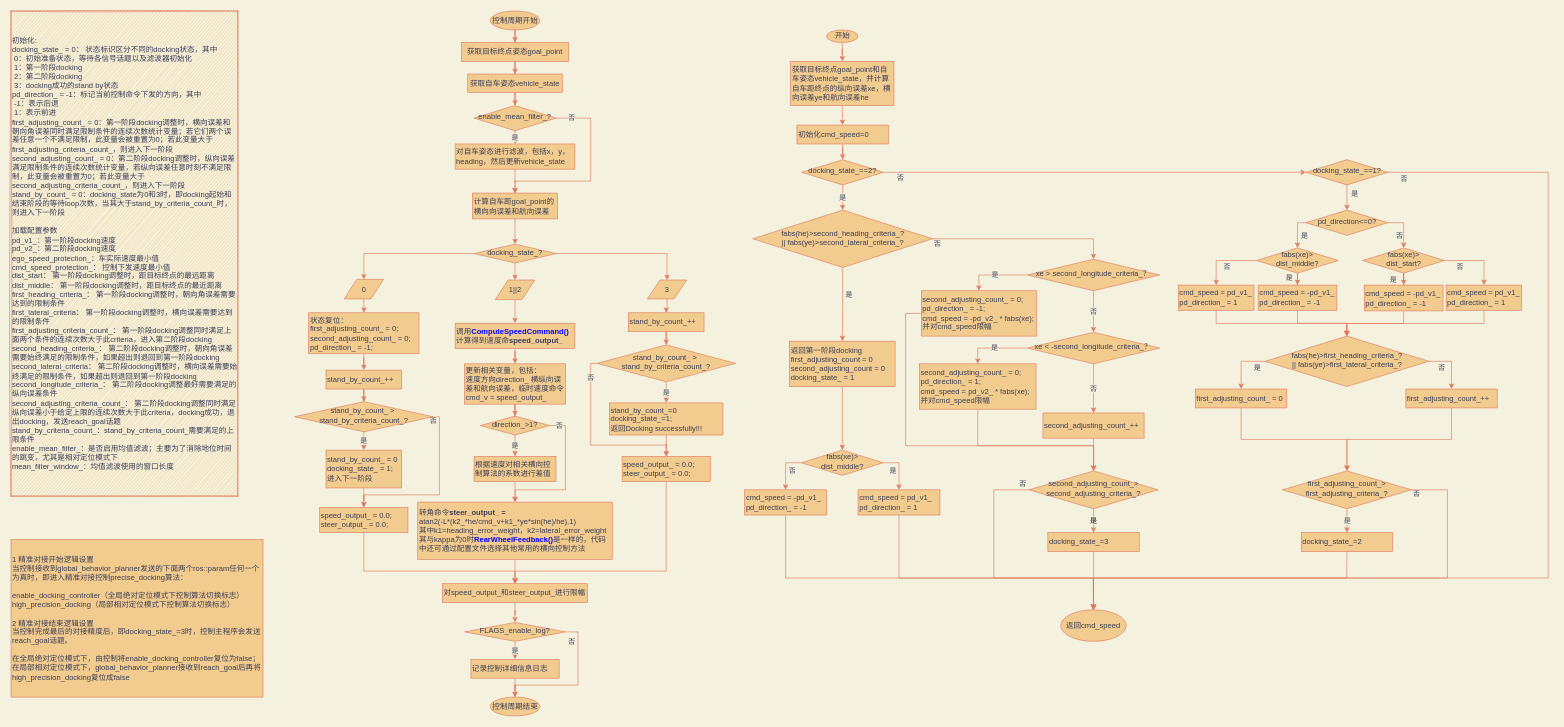
Earlier version of the draw.io diagram page "flowchart v1" (2 of 3) of precise_docking.drawio (Thousandsuny/Learning). Source tidied: cells renumbered, new cells numbered last; positions are measured from the earlier drawing's top-left corner, leaving out a move shared by most shapes. Both pictures are drawn from the tidied source at 63%, with x=0, y=0 at pixel (11, 11).
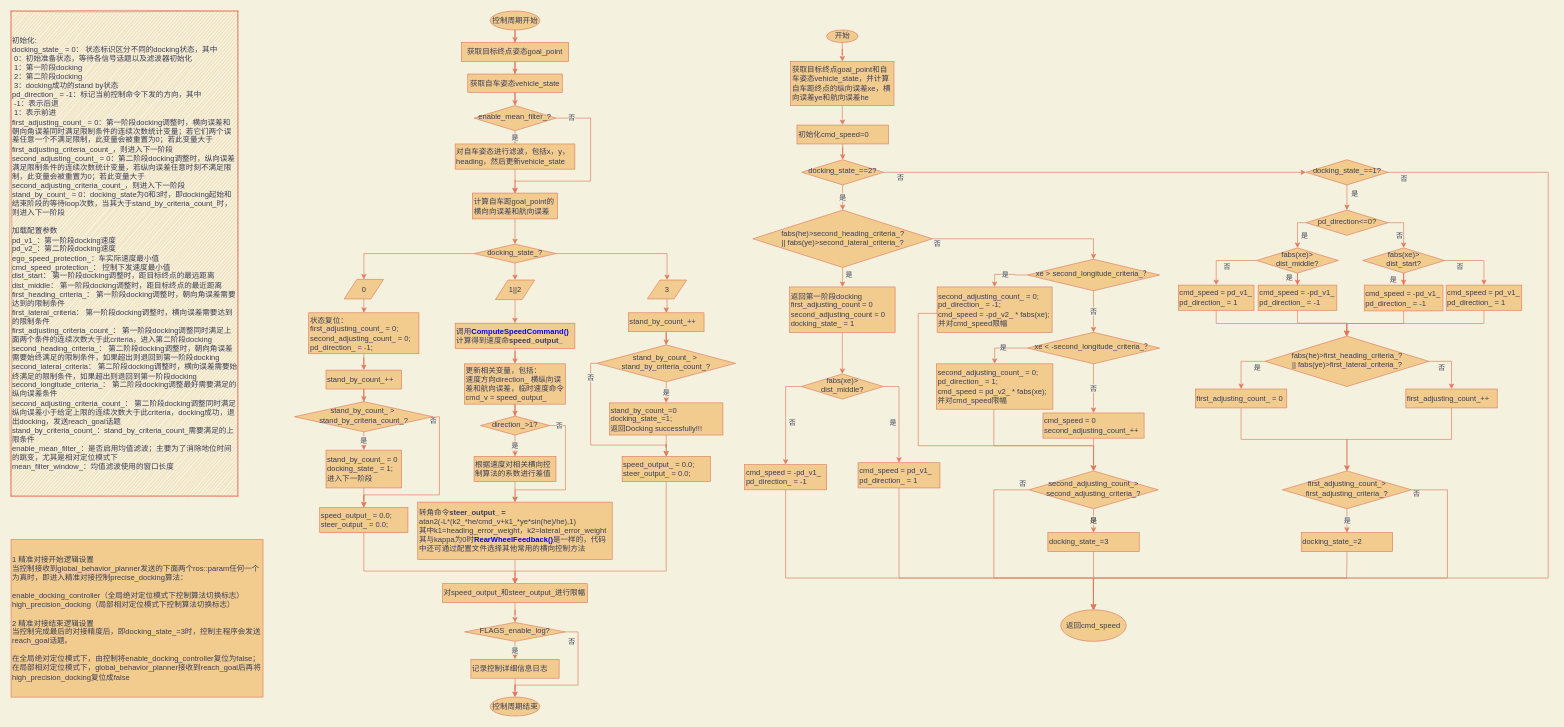
After the change.

The change refers to these unchanged cells:
```xml
<mxCell id="138" value="second_adjusting_count_&amp;gt;&lt;br&gt;second_adjusting_criteria_?" style="rhombus;whiteSpace=wrap;html=1;shadow=0;fontFamily=Helvetica;fontSize=12;align=center;strokeWidth=1;spacing=6;spacingTop=-4;fillColor=#F2CC8F;strokeColor=#E07A5F;fontColor=#393C56;rounded=0;" parent="1" vertex="1">
  <mxGeometry x="1615.8" y="730" width="205" height="60" as="geometry" />
</mxCell>
```

Change to the diagram source:
```diff
@@
     <mxCell id="114" value="返回第一阶段docking&lt;br&gt;first_adjusting_count = 0&lt;br&gt;second_adjusting_count = 0&lt;br&gt;docking_state_ = 1" style="rounded=0;whiteSpace=wrap;html=1;fontSize=12;glass=0;strokeWidth=1;shadow=0;align=left;fillColor=#F2CC8F;strokeColor=#E07A5F;fontColor=#393C56;" parent="1" vertex="1">
-      <mxGeometry x="1235.8" y="524" width="167.5" height="72" as="geometry" />
+      <mxGeometry x="1235.8" y="438" width="167.5" height="72" as="geometry" />
     </mxCell>
@@
     <mxCell id="117" value="fabs(xe)&amp;gt;&lt;br&gt;dist_middle?" style="rhombus;whiteSpace=wrap;html=1;shadow=0;fontFamily=Helvetica;fontSize=12;align=center;strokeWidth=1;spacing=6;spacingTop=-4;fillColor=#F2CC8F;strokeColor=#E07A5F;fontColor=#393C56;rounded=0;" parent="1" vertex="1">
-      <mxGeometry x="1254.5" y="697" width="130" height="40" as="geometry" />
+      <mxGeometry x="1254.5" y="576" width="130" height="40" as="geometry" />
     </mxCell>
@@
     <mxCell id="119" value="cmd_speed = -pd_v1_&lt;br&gt;pd_direction_ = -1" style="rounded=0;whiteSpace=wrap;html=1;fontSize=12;glass=0;strokeWidth=1;shadow=0;align=left;fillColor=#F2CC8F;strokeColor=#E07A5F;fontColor=#393C56;" parent="1" vertex="1">
-      <mxGeometry x="1164.5" y="760" width="130" height="40" as="geometry" />
+      <mxGeometry x="1164.5" y="720" width="130" height="40" as="geometry" />
     </mxCell>
@@
     <mxCell id="121" value="cmd_speed = pd_v1_&lt;br&gt;pd_direction_ = 1" style="rounded=0;whiteSpace=wrap;html=1;fontSize=12;glass=0;strokeWidth=1;shadow=0;align=left;fillColor=#F2CC8F;strokeColor=#E07A5F;fontColor=#393C56;" parent="1" vertex="1">
-      <mxGeometry x="1344.5" y="760" width="130" height="40" as="geometry" />
+      <mxGeometry x="1344.5" y="717" width="130" height="40" as="geometry" />
     </mxCell>
@@
     <mxCell id="129" style="edgeStyle=orthogonalEdgeStyle;rounded=0;jettySize=auto;html=1;entryX=0.5;entryY=0;entryDx=0;entryDy=0;strokeColor=#E07A5F;fontColor=#393C56;fillColor=#F2CC8F;exitX=0;exitY=0.5;exitDx=0;exitDy=0;labelBackgroundColor=#F4F1DE;" parent="1" edge="1" source="130" target="138">
       <mxGeometry relative="1" as="geometry">
         <Array as="points">
-          <mxPoint x="1420" y="480" />
-          <mxPoint x="1420" y="690" />
+          <mxPoint x="1470" y="480" />
+          <mxPoint x="1440" y="480" />
+          <mxPoint x="1440" y="690" />
           <mxPoint x="1718" y="690" />
         </Array>
       </mxGeometry>
     </mxCell>
     <mxCell id="130" value="&lt;div&gt;second_adjusting_count_ = 0;&lt;/div&gt;&lt;div&gt;pd_direction_ = -1;&lt;/div&gt;&lt;div&gt;cmd_speed = -pd_v2_ * fabs(xe);&lt;/div&gt;&lt;div&gt;并对cmd_speed限幅&lt;/div&gt;" style="rounded=0;whiteSpace=wrap;html=1;fontSize=12;glass=0;strokeWidth=1;shadow=0;align=left;fillColor=#F2CC8F;strokeColor=#E07A5F;fontColor=#393C56;" parent="1" vertex="1">
-      <mxGeometry x="1445" y="444" width="182.5" height="72" as="geometry" />
+      <mxGeometry x="1470" y="438" width="182.5" height="72" as="geometry" />
     </mxCell>
-    <mxCell id="131" style="edgeStyle=orthogonalEdgeStyle;rounded=0;jettySize=auto;html=1;strokeColor=#E07A5F;fontColor=#393C56;fillColor=#F2CC8F;entryX=0.5;entryY=0;entryDx=0;entryDy=0;labelBackgroundColor=#F4F1DE;" parent="1" edge="1" source="132" target="138">
+    <mxCell id="131" style="edgeStyle=orthogonalEdgeStyle;rounded=0;jettySize=auto;html=1;strokeColor=#E07A5F;fontColor=#393C56;fillColor=#F2CC8F;entryX=0.5;entryY=0;entryDx=0;entryDy=0;labelBackgroundColor=#F4F1DE;exitX=0.5;exitY=1;exitDx=0;exitDy=0;" parent="1" edge="1" source="132" target="138">
       <mxGeometry relative="1" as="geometry">
         <Array as="points">
-          <mxPoint x="1534" y="690" />
+          <mxPoint x="1560" y="632" />
+          <mxPoint x="1560" y="690" />
           <mxPoint x="1718" y="690" />
         </Array>
       </mxGeometry>
     </mxCell>
     <mxCell id="132" value="&lt;div&gt;second_adjusting_count_ = 0;&lt;/div&gt;&lt;div&gt;pd_direction_ = 1;&lt;/div&gt;&lt;div&gt;cmd_speed = pd_v2_ * fabs(xe);&lt;/div&gt;&lt;div&gt;并对cmd_speed限幅&lt;/div&gt;" style="rounded=0;whiteSpace=wrap;html=1;fontSize=12;glass=0;strokeWidth=1;shadow=0;align=left;fillColor=#F2CC8F;strokeColor=#E07A5F;fontColor=#393C56;" parent="1" vertex="1">
-      <mxGeometry x="1442" y="560" width="185" height="72" as="geometry" />
+      <mxGeometry x="1468.8" y="560" width="185" height="72" as="geometry" />
     </mxCell>
@@
-    <mxCell id="134" value="&lt;div&gt;second_adjusting_count_++&lt;/div&gt;" style="rounded=0;whiteSpace=wrap;html=1;fontSize=12;glass=0;strokeWidth=1;shadow=0;align=left;fillColor=#F2CC8F;strokeColor=#E07A5F;fontColor=#393C56;" parent="1" vertex="1">
+    <mxCell id="134" value="&lt;div&gt;cmd_speed = 0&lt;br&gt;&lt;/div&gt;&lt;div&gt;second_adjusting_count_++&lt;/div&gt;" style="rounded=0;whiteSpace=wrap;html=1;fontSize=12;glass=0;strokeWidth=1;shadow=0;align=left;fillColor=#F2CC8F;strokeColor=#E07A5F;fontColor=#393C56;" parent="1" vertex="1">
       <mxGeometry x="1638" y="638" width="160.5" height="40" as="geometry" />
     </mxCell>
```
